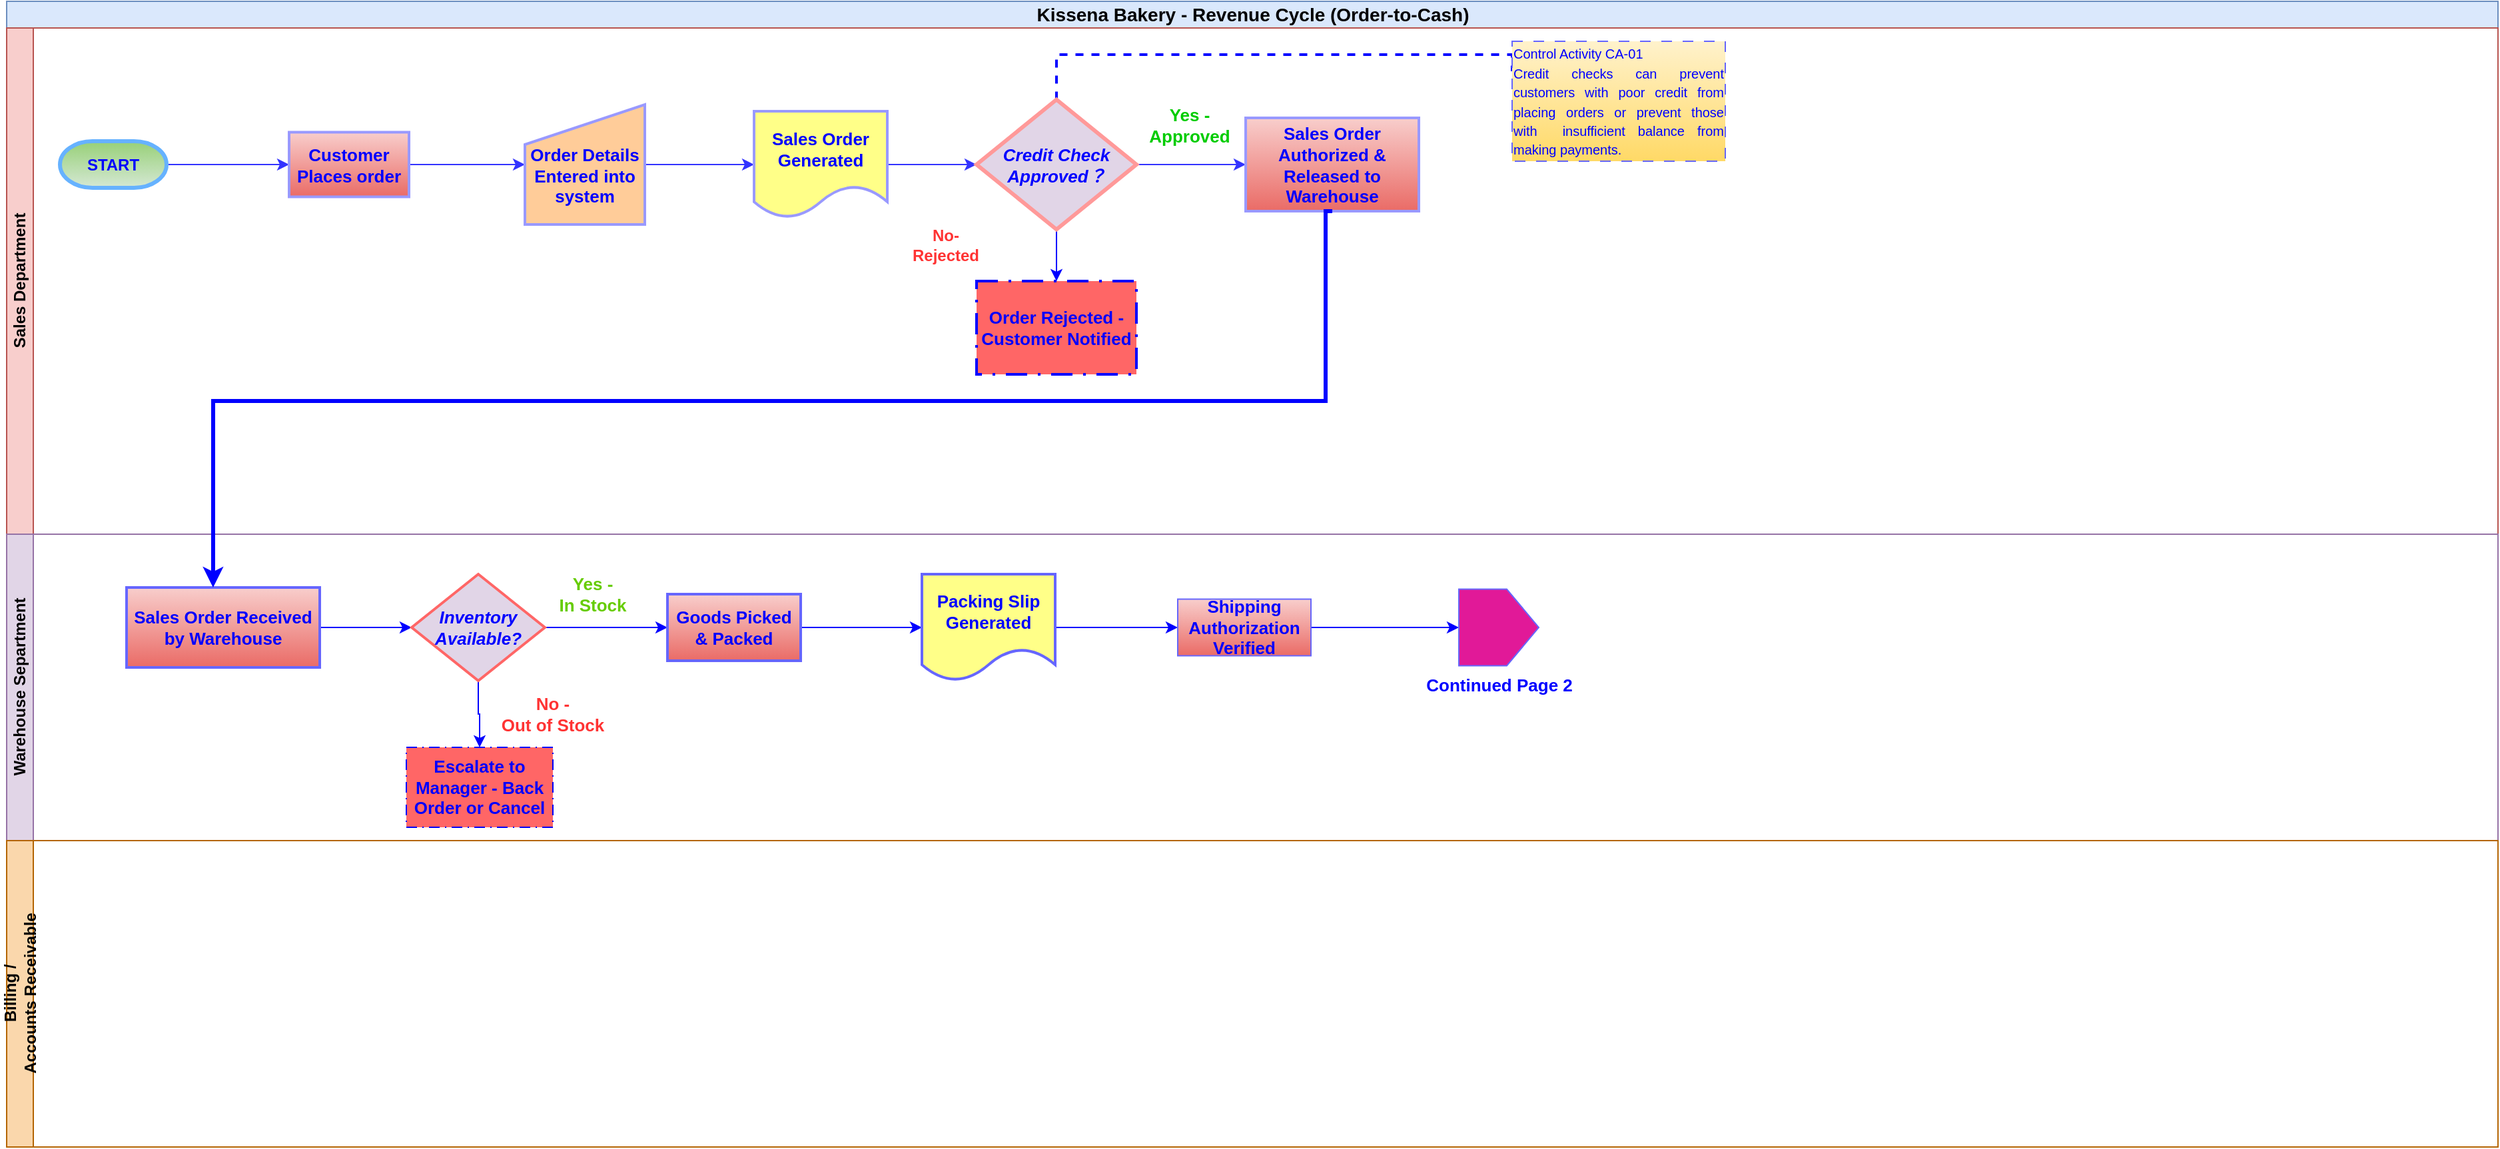
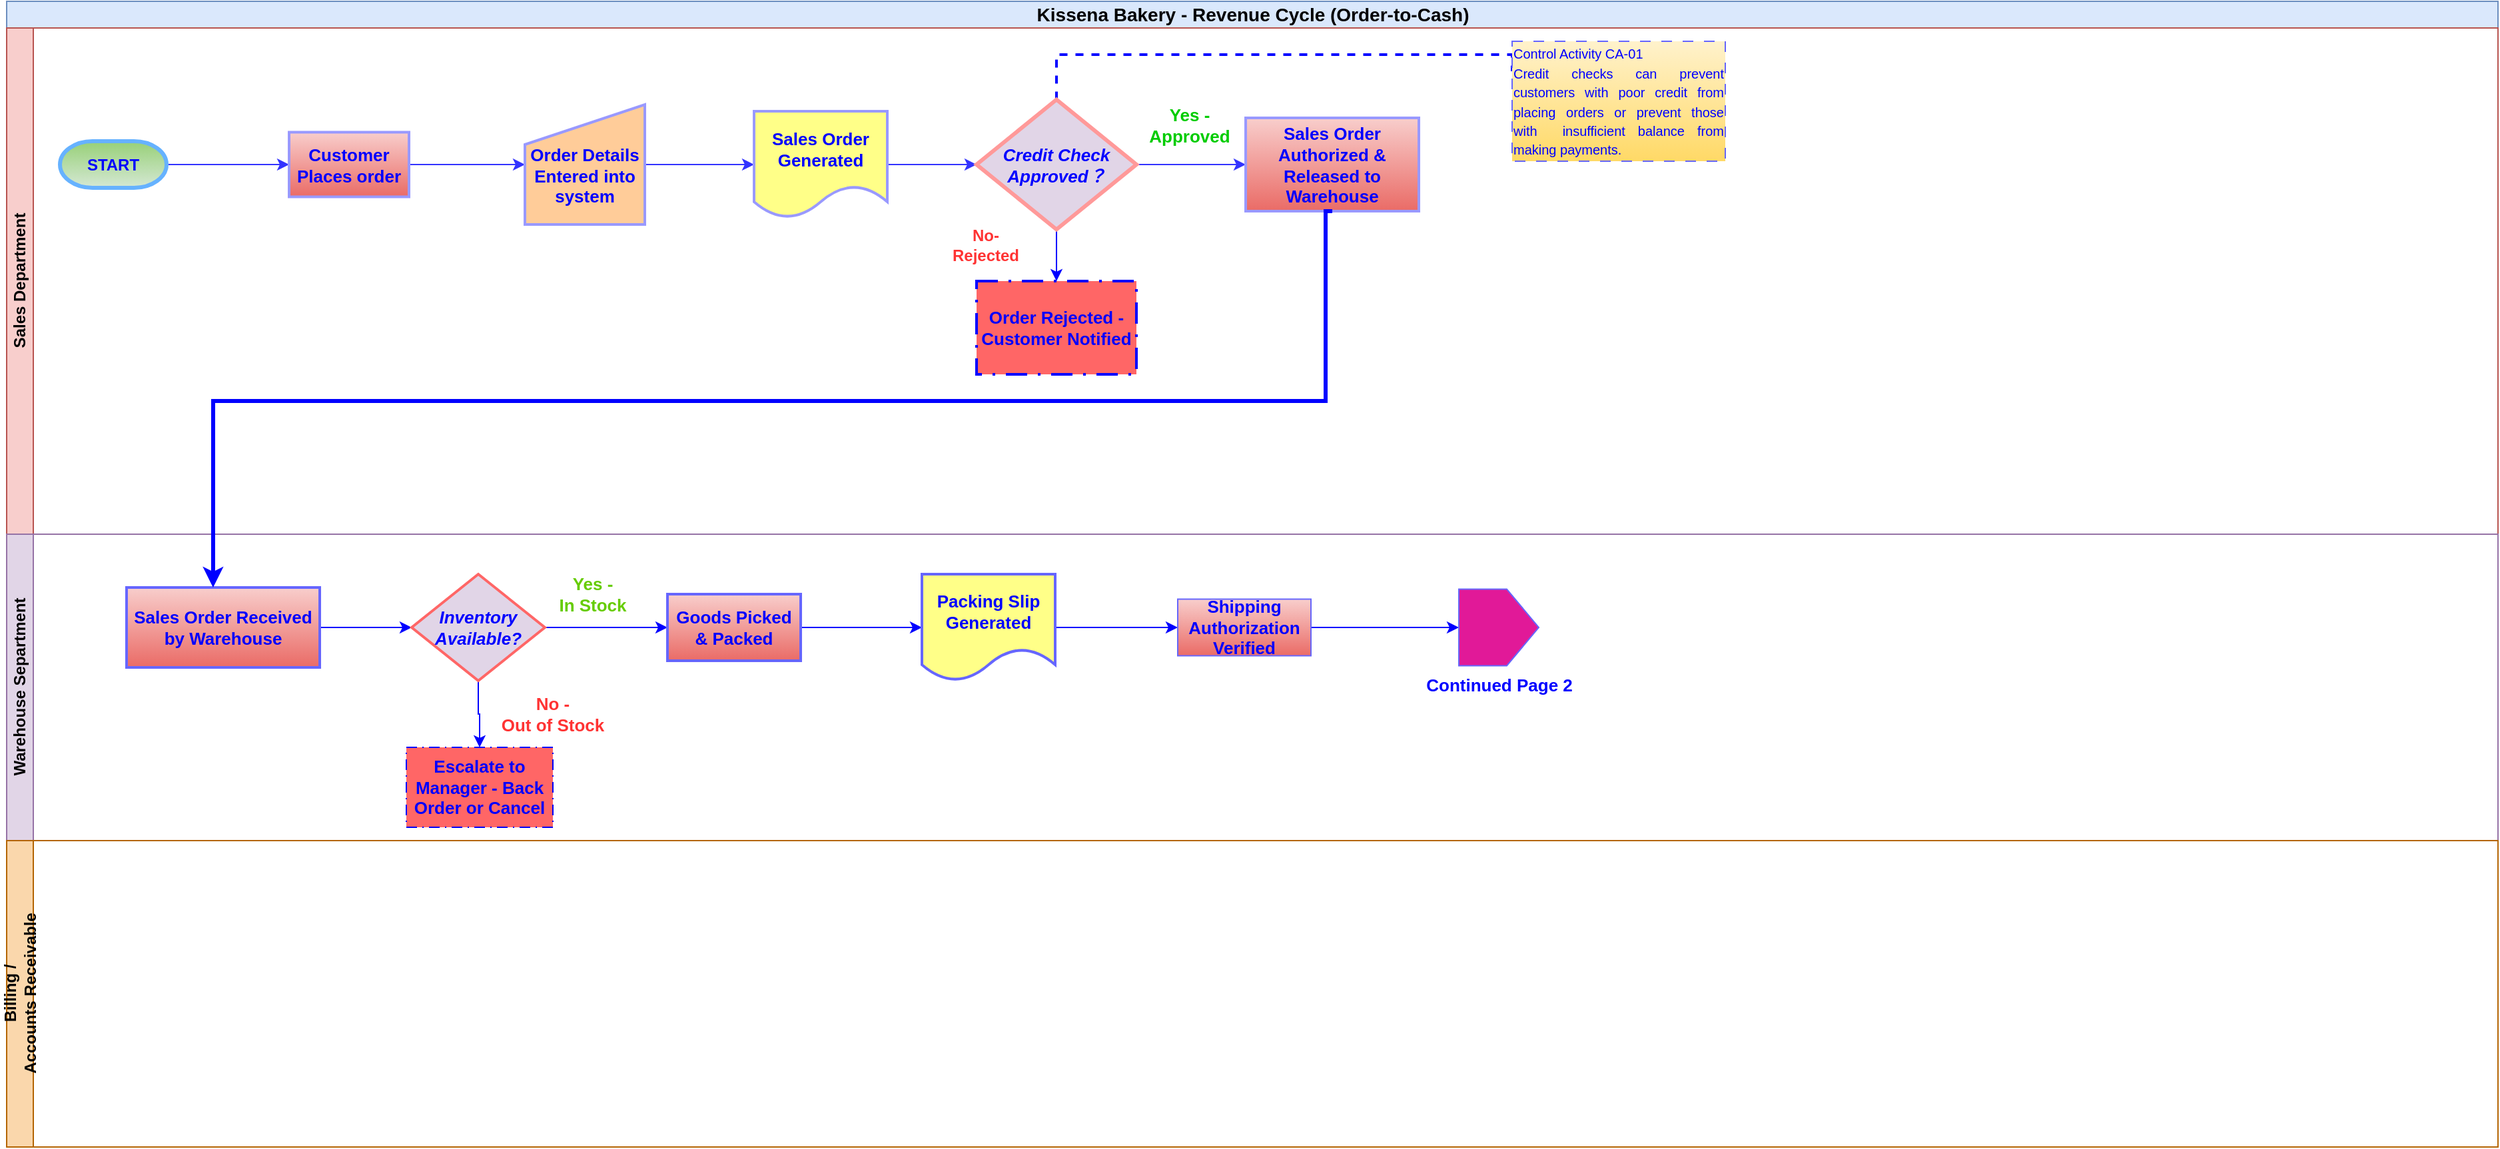
<mxfile host="app.diagrams.net" agent="Mozilla/5.0 (Windows NT 10.0; Win64; x64) AppleWebKit/537.36 (KHTML, like Gecko) Chrome/145.0.0.0 Safari/537.36" version="29.6.3" pages="2">
  <diagram name="Page-1" id="klMabU_GDppZGB9yFFRy">
    <mxGraphModel dx="1379" dy="863" grid="1" gridSize="10" guides="1" tooltips="1" connect="1" arrows="1" fold="1" page="1" pageScale="1" pageWidth="1100" pageHeight="850" math="0" shadow="0">
      <root>
        <mxCell id="0" />
        <mxCell id="1" parent="0" />
        <mxCell id="0vQu63eh7_hz7IOFjZfk-1" parent="1" style="swimlane;childLayout=stackLayout;resizeParent=1;resizeParentMax=0;horizontal=1;startSize=20;horizontalStack=0;html=1;fillColor=#dae8fc;strokeColor=#6c8ebf;" value="&lt;div style=&quot;text-align: start;&quot;&gt;&lt;font style=&quot;font-size: 14px;&quot;&gt;Kissena Bakery - Revenue Cycle (Order-to-Cash)&lt;/font&gt;&lt;/div&gt;" vertex="1">
          <mxGeometry height="20" width="1870" x="80" y="30" as="geometry" />
        </mxCell>
        <mxCell id="0vQu63eh7_hz7IOFjZfk-2" parent="1" style="swimlane;startSize=20;horizontal=0;html=1;fillColor=#f8cecc;strokeColor=#b85450;" value="Sales Department" vertex="1">
          <mxGeometry height="380" width="1870" x="80" y="50" as="geometry">
            <mxRectangle height="30" width="610" y="20" as="alternateBounds" />
          </mxGeometry>
        </mxCell>
        <mxCell id="0vQu63eh7_hz7IOFjZfk-43" edge="1" parent="0vQu63eh7_hz7IOFjZfk-2" source="0vQu63eh7_hz7IOFjZfk-10" style="edgeStyle=orthogonalEdgeStyle;rounded=0;orthogonalLoop=1;jettySize=auto;html=1;exitX=0;exitY=0.5;exitDx=0;exitDy=0;exitPerimeter=0;entryX=0;entryY=0.5;entryDx=0;entryDy=0;strokeColor=#3333FF;" target="0vQu63eh7_hz7IOFjZfk-15">
          <mxGeometry relative="1" as="geometry" />
        </mxCell>
        <mxCell id="0vQu63eh7_hz7IOFjZfk-10" parent="0vQu63eh7_hz7IOFjZfk-2" style="strokeWidth=3;html=1;shape=mxgraph.flowchart.terminator;whiteSpace=wrap;direction=west;fillColor=#d5e8d4;gradientColor=#97d077;strokeColor=#66B2FF;" value="&lt;b&gt;&lt;font style=&quot;color: rgb(0, 0, 255);&quot;&gt;START&lt;/font&gt;&lt;/b&gt;" vertex="1">
          <mxGeometry height="35" width="80" x="40" y="85" as="geometry" />
        </mxCell>
        <mxCell id="46-Umk2mzS9Czotzx1H9-2" edge="1" parent="0vQu63eh7_hz7IOFjZfk-2" source="0vQu63eh7_hz7IOFjZfk-15" style="edgeStyle=orthogonalEdgeStyle;rounded=0;orthogonalLoop=1;jettySize=auto;html=1;exitX=1;exitY=0.5;exitDx=0;exitDy=0;entryX=0;entryY=0.5;entryDx=0;entryDy=0;strokeColor=#3333FF;" target="0vQu63eh7_hz7IOFjZfk-20">
          <mxGeometry relative="1" as="geometry" />
        </mxCell>
        <mxCell id="0vQu63eh7_hz7IOFjZfk-15" parent="0vQu63eh7_hz7IOFjZfk-2" style="html=1;dashed=0;whiteSpace=wrap;strokeWidth=2;fillColor=#f8cecc;strokeColor=#9999FF;gradientColor=#ea6b66;" value="&lt;font style=&quot;font-size: 13px; color: rgb(0, 0, 255);&quot;&gt;&lt;b style=&quot;&quot;&gt;Customer Places order&lt;/b&gt;&lt;/font&gt;" vertex="1">
          <mxGeometry height="48.5" width="90" x="212" y="78.25" as="geometry" />
        </mxCell>
        <mxCell id="46-Umk2mzS9Czotzx1H9-3" edge="1" parent="0vQu63eh7_hz7IOFjZfk-2" source="0vQu63eh7_hz7IOFjZfk-20" style="edgeStyle=orthogonalEdgeStyle;rounded=0;orthogonalLoop=1;jettySize=auto;html=1;exitX=1;exitY=0.5;exitDx=0;exitDy=0;entryX=0;entryY=0.5;entryDx=0;entryDy=0;strokeColor=#3333FF;" target="0vQu63eh7_hz7IOFjZfk-30">
          <mxGeometry relative="1" as="geometry" />
        </mxCell>
        <mxCell id="0vQu63eh7_hz7IOFjZfk-20" parent="0vQu63eh7_hz7IOFjZfk-2" style="shape=manualInput;whiteSpace=wrap;html=1;align=center;fillColor=#ffcc99;strokeColor=#9999FF;strokeWidth=2;" value="&lt;div style=&quot;&quot;&gt;&lt;span style=&quot;background-color: transparent;&quot;&gt;&lt;b style=&quot;&quot;&gt;&lt;font style=&quot;font-size: 13px; color: rgb(0, 0, 255);&quot;&gt;&lt;br&gt;&lt;/font&gt;&lt;/b&gt;&lt;/span&gt;&lt;/div&gt;&lt;div style=&quot;&quot;&gt;&lt;span style=&quot;background-color: transparent;&quot;&gt;&lt;b style=&quot;&quot;&gt;&lt;font style=&quot;font-size: 13px; color: rgb(0, 0, 255);&quot;&gt;Order Details Entered into system&lt;/font&gt;&lt;/b&gt;&lt;/span&gt;&lt;/div&gt;" vertex="1">
          <mxGeometry height="90" width="90" x="389" y="57.5" as="geometry" />
        </mxCell>
        <mxCell id="0vQu63eh7_hz7IOFjZfk-35" edge="1" parent="0vQu63eh7_hz7IOFjZfk-2" style="edgeStyle=orthogonalEdgeStyle;rounded=0;orthogonalLoop=1;jettySize=auto;html=1;exitX=0;exitY=0.5;exitDx=0;exitDy=0;">
          <mxGeometry relative="1" as="geometry">
            <mxPoint x="410" y="105" as="sourcePoint" />
            <mxPoint x="410" y="105" as="targetPoint" />
          </mxGeometry>
        </mxCell>
        <mxCell id="46-Umk2mzS9Czotzx1H9-4" edge="1" parent="0vQu63eh7_hz7IOFjZfk-2" source="0vQu63eh7_hz7IOFjZfk-30" style="edgeStyle=orthogonalEdgeStyle;rounded=0;orthogonalLoop=1;jettySize=auto;html=1;exitX=1;exitY=0.5;exitDx=0;exitDy=0;entryX=0;entryY=0.5;entryDx=0;entryDy=0;strokeColor=#3333FF;" target="0vQu63eh7_hz7IOFjZfk-34">
          <mxGeometry relative="1" as="geometry" />
        </mxCell>
        <mxCell id="0vQu63eh7_hz7IOFjZfk-30" parent="0vQu63eh7_hz7IOFjZfk-2" style="shape=document;whiteSpace=wrap;html=1;boundedLbl=1;strokeWidth=2;fillColor=#ffff88;strokeColor=#9999FF;" value="&lt;font style=&quot;font-size: 13px; color: rgb(0, 0, 255);&quot;&gt;&lt;b&gt;Sales Order Generated&lt;/b&gt;&lt;/font&gt;" vertex="1">
          <mxGeometry height="80" width="100" x="561" y="62.5" as="geometry" />
        </mxCell>
        <mxCell id="pGH0SQg9JUakCyH8bkGQ-28" edge="1" parent="0vQu63eh7_hz7IOFjZfk-2" source="0vQu63eh7_hz7IOFjZfk-34" style="edgeStyle=orthogonalEdgeStyle;rounded=0;orthogonalLoop=1;jettySize=auto;html=1;exitX=0.5;exitY=0;exitDx=0;exitDy=0;entryX=0;entryY=0.25;entryDx=0;entryDy=0;endArrow=none;endFill=0;dashed=1;strokeWidth=2;strokeColor=#0000FF;" target="pGH0SQg9JUakCyH8bkGQ-23">
          <mxGeometry relative="1" as="geometry">
            <Array as="points">
              <mxPoint x="788" y="20" />
              <mxPoint x="1130" y="20" />
            </Array>
          </mxGeometry>
        </mxCell>
        <mxCell id="DywWvH4VDf4e1SjyT3sU-2" edge="1" parent="0vQu63eh7_hz7IOFjZfk-2" source="0vQu63eh7_hz7IOFjZfk-34" style="edgeStyle=orthogonalEdgeStyle;rounded=0;orthogonalLoop=1;jettySize=auto;html=1;exitX=0.5;exitY=1;exitDx=0;exitDy=0;entryX=0.5;entryY=0;entryDx=0;entryDy=0;strokeColor=#0000FF;" target="0vQu63eh7_hz7IOFjZfk-65">
          <mxGeometry relative="1" as="geometry" />
        </mxCell>
        <mxCell id="46-Umk2mzS9Czotzx1H9-5" edge="1" parent="0vQu63eh7_hz7IOFjZfk-2" source="0vQu63eh7_hz7IOFjZfk-34" style="edgeStyle=orthogonalEdgeStyle;rounded=0;orthogonalLoop=1;jettySize=auto;html=1;exitX=1;exitY=0.5;exitDx=0;exitDy=0;entryX=0;entryY=0.5;entryDx=0;entryDy=0;strokeColor=#3333FF;" target="0vQu63eh7_hz7IOFjZfk-67">
          <mxGeometry relative="1" as="geometry" />
        </mxCell>
        <mxCell id="0vQu63eh7_hz7IOFjZfk-34" parent="0vQu63eh7_hz7IOFjZfk-2" style="rhombus;whiteSpace=wrap;html=1;fillColor=#e1d5e7;strokeColor=#FF9999;strokeWidth=3;" value="&lt;font style=&quot;font-size: 13px; color: rgb(0, 0, 255);&quot;&gt;&lt;b&gt;&lt;i&gt;Credit Check Approved？&lt;/i&gt;&lt;/b&gt;&lt;/font&gt;" vertex="1">
          <mxGeometry height="97.5" width="120" x="728" y="53.75" as="geometry" />
        </mxCell>
        <mxCell id="0vQu63eh7_hz7IOFjZfk-60" parent="0vQu63eh7_hz7IOFjZfk-2" style="text;html=1;whiteSpace=wrap;strokeColor=none;fillColor=none;align=center;verticalAlign=middle;rounded=0;fontColor=#00CC00;" value="&lt;font style=&quot;font-size: 13px;&quot;&gt;&lt;b style=&quot;&quot;&gt;Yes - Approved&lt;/b&gt;&lt;/font&gt;" vertex="1">
          <mxGeometry height="30" width="80" x="848" y="57.5" as="geometry" />
        </mxCell>
        <mxCell id="0vQu63eh7_hz7IOFjZfk-65" parent="0vQu63eh7_hz7IOFjZfk-2" style="html=1;dashed=1;whiteSpace=wrap;strokeWidth=2;fillColor=light-dark(#FF6666,#FF3333);strokeColor=#0000FF;fontColor=#ffffff;fontStyle=1;dashPattern=8 4 1 4;" value="&lt;font style=&quot;font-size: 13px; color: rgb(0, 0, 255);&quot;&gt;Order Rejected - Customer Notified&lt;/font&gt;" vertex="1">
          <mxGeometry height="70" width="120" x="728" y="190" as="geometry" />
        </mxCell>
        <mxCell id="0vQu63eh7_hz7IOFjZfk-67" parent="0vQu63eh7_hz7IOFjZfk-2" style="html=1;dashed=0;whiteSpace=wrap;fillColor=#f8cecc;gradientColor=#ea6b66;strokeColor=#9999FF;strokeWidth=2;" value="&lt;font style=&quot;font-size: 13px; color: rgb(0, 0, 255);&quot;&gt;&lt;b&gt;Sales Order Authorized &amp;amp; Released to Warehouse&lt;/b&gt;&lt;/font&gt;" vertex="1">
          <mxGeometry height="70" width="130" x="930" y="67.5" as="geometry" />
        </mxCell>
        <mxCell id="pGH0SQg9JUakCyH8bkGQ-23" parent="0vQu63eh7_hz7IOFjZfk-2" style="html=1;dashed=1;whiteSpace=wrap;dashPattern=8 8;fillColor=#fff2cc;gradientColor=#ffd966;strokeColor=light-dark(#6666FF,#6D5100);strokeWidth=1;" value="&lt;div style=&quot;text-align: justify;&quot;&gt;&lt;span style=&quot;font-size: 10px; background-color: transparent;&quot;&gt;&lt;font style=&quot;color: rgb(0, 0, 255);&quot;&gt;Control Activity&amp;nbsp;CA-01&lt;/font&gt;&lt;/span&gt;&lt;/div&gt;&lt;font style=&quot;color: rgb(0, 0, 255);&quot;&gt;&lt;div style=&quot;text-align: justify;&quot;&gt;&lt;span style=&quot;font-size: 10px; background-color: transparent;&quot;&gt;Credit checks can prevent customers with poor credit from placing orders or prevent those with&amp;nbsp; insufficient balance from making payments.&lt;/span&gt;&lt;/div&gt;&lt;/font&gt;" vertex="1">
          <mxGeometry height="90" width="160" x="1130" y="10" as="geometry" />
        </mxCell>
        <mxCell id="DywWvH4VDf4e1SjyT3sU-3" parent="0vQu63eh7_hz7IOFjZfk-2" style="text;html=1;whiteSpace=wrap;strokeColor=none;fillColor=none;align=center;verticalAlign=middle;rounded=0;fontSize=12;fontStyle=1;fontColor=#FF3333;" value="&lt;span&gt;&lt;font style=&quot;&quot;&gt;No-Rejected&lt;/font&gt;&lt;/span&gt;" vertex="1">
-           <mxGeometry height="30" width="70" x="670" y="147.5" as="geometry" />
+           <mxGeometry height="30" width="70" x="700" y="147.5" as="geometry" />
        </mxCell>
        <mxCell id="0vQu63eh7_hz7IOFjZfk-3" parent="1" style="swimlane;startSize=20;horizontal=0;html=1;fillColor=#e1d5e7;strokeColor=#9673a6;" value="Warehouse Separtment" vertex="1">
          <mxGeometry height="230" width="1870" x="80" y="430" as="geometry" />
        </mxCell>
        <mxCell id="pGH0SQg9JUakCyH8bkGQ-32" edge="1" parent="0vQu63eh7_hz7IOFjZfk-3" source="0vQu63eh7_hz7IOFjZfk-73" style="edgeStyle=orthogonalEdgeStyle;rounded=0;orthogonalLoop=1;jettySize=auto;html=1;exitX=1;exitY=0.5;exitDx=0;exitDy=0;entryX=0;entryY=0.5;entryDx=0;entryDy=0;strokeColor=#0000FF;" target="0vQu63eh7_hz7IOFjZfk-92">
          <mxGeometry relative="1" as="geometry" />
        </mxCell>
        <mxCell id="0vQu63eh7_hz7IOFjZfk-73" parent="0vQu63eh7_hz7IOFjZfk-3" style="html=1;dashed=0;whiteSpace=wrap;fillColor=#f8cecc;gradientColor=#ea6b66;strokeColor=#6666FF;strokeWidth=2;" value="&lt;font style=&quot;font-size: 13px; color: rgb(0, 0, 255);&quot;&gt;&lt;b&gt;Sales Order Received by Warehouse&lt;/b&gt;&lt;/font&gt;" vertex="1">
          <mxGeometry height="60" width="145" x="90" y="40" as="geometry" />
        </mxCell>
        <mxCell id="pGH0SQg9JUakCyH8bkGQ-31" edge="1" parent="0vQu63eh7_hz7IOFjZfk-3" source="0vQu63eh7_hz7IOFjZfk-92" style="edgeStyle=orthogonalEdgeStyle;rounded=0;orthogonalLoop=1;jettySize=auto;html=1;exitX=1;exitY=0.5;exitDx=0;exitDy=0;entryX=0;entryY=0.5;entryDx=0;entryDy=0;strokeColor=#0000FF;" target="0vQu63eh7_hz7IOFjZfk-106">
          <mxGeometry relative="1" as="geometry" />
        </mxCell>
        <mxCell id="pGH0SQg9JUakCyH8bkGQ-34" edge="1" parent="0vQu63eh7_hz7IOFjZfk-3" source="0vQu63eh7_hz7IOFjZfk-92" style="edgeStyle=orthogonalEdgeStyle;rounded=0;orthogonalLoop=1;jettySize=auto;html=1;exitX=0.5;exitY=1;exitDx=0;exitDy=0;entryX=0.5;entryY=0;entryDx=0;entryDy=0;strokeColor=#0000FF;" target="0vQu63eh7_hz7IOFjZfk-96">
          <mxGeometry relative="1" as="geometry" />
        </mxCell>
        <mxCell id="0vQu63eh7_hz7IOFjZfk-92" parent="0vQu63eh7_hz7IOFjZfk-3" style="rhombus;whiteSpace=wrap;html=1;fillColor=#e1d5e7;strokeColor=light-dark(#FF6666,#FF3333);strokeWidth=2;" value="&lt;font style=&quot;font-size: 13px; color: rgb(0, 0, 255);&quot;&gt;&lt;b&gt;&lt;i&gt;Inventory Available?&lt;/i&gt;&lt;/b&gt;&lt;/font&gt;" vertex="1">
          <mxGeometry height="80" width="100" x="304" y="30" as="geometry" />
        </mxCell>
        <mxCell id="0vQu63eh7_hz7IOFjZfk-96" parent="0vQu63eh7_hz7IOFjZfk-3" style="html=1;dashed=1;whiteSpace=wrap;fillColor=#FF6666;strokeColor=#0000FF;fontColor=#ffffff;dashPattern=8 4 1 4;" value="&lt;b&gt;&lt;font style=&quot;font-size: 13px; color: rgb(0, 0, 255);&quot;&gt;Escalate to Manager - Back Order or Cancel&lt;/font&gt;&lt;/b&gt;" vertex="1">
          <mxGeometry height="60" width="110" x="300" y="160" as="geometry" />
        </mxCell>
        <mxCell id="46-Umk2mzS9Czotzx1H9-6" edge="1" parent="0vQu63eh7_hz7IOFjZfk-3" source="0vQu63eh7_hz7IOFjZfk-106" style="edgeStyle=orthogonalEdgeStyle;rounded=0;orthogonalLoop=1;jettySize=auto;html=1;exitX=1;exitY=0.5;exitDx=0;exitDy=0;entryX=0;entryY=0.5;entryDx=0;entryDy=0;strokeColor=#0000FF;" target="0vQu63eh7_hz7IOFjZfk-110">
          <mxGeometry relative="1" as="geometry" />
        </mxCell>
        <mxCell id="0vQu63eh7_hz7IOFjZfk-106" parent="0vQu63eh7_hz7IOFjZfk-3" style="html=1;dashed=0;whiteSpace=wrap;strokeWidth=2;fillColor=#f8cecc;gradientColor=#ea6b66;strokeColor=#6666FF;" value="&lt;font style=&quot;font-size: 13px; color: rgb(0, 0, 255);&quot;&gt;&lt;b&gt;Goods Picked &amp;amp; Packed&lt;/b&gt;&lt;/font&gt;" vertex="1">
          <mxGeometry height="50" width="100" x="496" y="45" as="geometry" />
        </mxCell>
        <mxCell id="46-Umk2mzS9Czotzx1H9-8" edge="1" parent="0vQu63eh7_hz7IOFjZfk-3" source="0vQu63eh7_hz7IOFjZfk-110" style="edgeStyle=orthogonalEdgeStyle;rounded=0;orthogonalLoop=1;jettySize=auto;html=1;exitX=1;exitY=0.5;exitDx=0;exitDy=0;entryX=0;entryY=0.5;entryDx=0;entryDy=0;strokeColor=#0000FF;" target="0vQu63eh7_hz7IOFjZfk-112">
          <mxGeometry relative="1" as="geometry" />
        </mxCell>
        <mxCell id="0vQu63eh7_hz7IOFjZfk-110" parent="0vQu63eh7_hz7IOFjZfk-3" style="shape=document;whiteSpace=wrap;html=1;boundedLbl=1;strokeWidth=2;fillColor=#ffff88;strokeColor=#6666FF;" value="&lt;font style=&quot;font-size: 13px; color: rgb(0, 0, 255);&quot;&gt;&lt;b&gt;Packing Slip Generated&lt;/b&gt;&lt;/font&gt;" vertex="1">
          <mxGeometry height="80" width="100" x="687" y="30" as="geometry" />
        </mxCell>
        <mxCell id="46-Umk2mzS9Czotzx1H9-9" edge="1" parent="0vQu63eh7_hz7IOFjZfk-3" source="0vQu63eh7_hz7IOFjZfk-112" style="edgeStyle=orthogonalEdgeStyle;rounded=0;orthogonalLoop=1;jettySize=auto;html=1;exitX=1;exitY=0.5;exitDx=0;exitDy=0;entryX=0.5;entryY=0;entryDx=0;entryDy=0;strokeColor=#0000FF;" target="0vQu63eh7_hz7IOFjZfk-126">
          <mxGeometry relative="1" as="geometry" />
        </mxCell>
        <mxCell id="0vQu63eh7_hz7IOFjZfk-112" parent="0vQu63eh7_hz7IOFjZfk-3" style="html=1;dashed=0;whiteSpace=wrap;strokeColor=#6666FF;fillColor=#f8cecc;gradientColor=#ea6b66;fontStyle=1" value="&lt;font style=&quot;font-size: 13px; color: rgb(0, 0, 255);&quot;&gt;Shipping Authorization Verified&lt;/font&gt;" vertex="1">
          <mxGeometry height="42.5" width="100" x="879" y="48.75" as="geometry" />
        </mxCell>
        <mxCell id="0vQu63eh7_hz7IOFjZfk-98" parent="0vQu63eh7_hz7IOFjZfk-3" style="text;html=1;whiteSpace=wrap;strokeColor=none;fillColor=none;align=center;verticalAlign=middle;rounded=0;fontColor=#FF3333;" value="&lt;font style=&quot;font-size: 13px;&quot;&gt;&lt;b&gt;No - &lt;br&gt;Out of Stock&lt;/b&gt;&lt;/font&gt;" vertex="1">
          <mxGeometry height="30" width="80" x="370" y="120" as="geometry" />
        </mxCell>
        <mxCell id="0vQu63eh7_hz7IOFjZfk-126" parent="0vQu63eh7_hz7IOFjZfk-3" style="verticalLabelPosition=bottom;verticalAlign=top;html=1;shape=offPageConnector;rounded=0;size=0.4;fillColor=light-dark(#e11998, #ededed);direction=north;strokeColor=#6666FF;" value="&lt;font style=&quot;font-size: 13px; color: rgb(0, 0, 255);&quot;&gt;&lt;b&gt;Continued Page 2&lt;/b&gt;&lt;/font&gt;" vertex="1">
          <mxGeometry height="57.5" width="60" x="1090" y="41.25" as="geometry" />
        </mxCell>
        <mxCell id="0vQu63eh7_hz7IOFjZfk-86" edge="1" parent="1" source="0vQu63eh7_hz7IOFjZfk-67" style="edgeStyle=orthogonalEdgeStyle;rounded=0;orthogonalLoop=1;jettySize=auto;html=1;exitX=0.5;exitY=1;exitDx=0;exitDy=0;entryX=0.448;entryY=0;entryDx=0;entryDy=0;entryPerimeter=0;fontColor=#0000CC;strokeColor=#0000FF;strokeWidth=3;" target="0vQu63eh7_hz7IOFjZfk-73">
          <mxGeometry relative="1" as="geometry">
            <Array as="points">
              <mxPoint x="1070" y="187" />
              <mxPoint x="1070" y="330" />
              <mxPoint x="235" y="330" />
            </Array>
          </mxGeometry>
        </mxCell>
        <mxCell id="0vQu63eh7_hz7IOFjZfk-4" parent="1" style="swimlane;startSize=20;horizontal=0;html=1;fillColor=#fad7ac;strokeColor=#b46504;" value="Billing /&lt;br&gt;Accounts Receivable" vertex="1">
          <mxGeometry height="230" width="1870" x="80" y="660" as="geometry">
            <mxRectangle height="30" width="500" y="310" as="alternateBounds" />
          </mxGeometry>
        </mxCell>
        <mxCell id="46-Umk2mzS9Czotzx1H9-12" parent="1" style="text;html=1;whiteSpace=wrap;strokeColor=none;fillColor=none;align=center;verticalAlign=middle;rounded=0;" value="&lt;b style=&quot;color: rgb(102, 204, 0);&quot;&gt;&lt;font style=&quot;font-size: 13px;&quot;&gt;Yes -&lt;br&gt;In Stock&lt;/font&gt;&lt;/b&gt;" vertex="1">
          <mxGeometry height="30" width="80" x="480" y="460" as="geometry" />
        </mxCell>
      </root>
    </mxGraphModel>
  </diagram>
  <diagram id="ZDdy4ylPSpOC2Ge6VpiW" name="Page-2">
    <mxGraphModel dx="1103" dy="690" grid="1" gridSize="10" guides="1" tooltips="1" connect="1" arrows="1" fold="1" page="1" pageScale="1" pageWidth="1100" pageHeight="850" math="0" shadow="0">
      <root>
        <mxCell id="0" />
        <mxCell id="1" parent="0" />
        <mxCell id="_GW_QHAqRueJzuYdTQVs-1" parent="1" style="swimlane;startSize=20;horizontal=0;html=1;fillColor=#e1d5e7;strokeColor=#9673a6;" value="Warehouse Separtment" vertex="1">
          <mxGeometry height="270" width="1330" x="110" y="150" as="geometry" />
        </mxCell>
        <mxCell id="NPzT6j0T7aDQ1cg_r_by-1" edge="1" parent="_GW_QHAqRueJzuYdTQVs-1" source="_GW_QHAqRueJzuYdTQVs-14" style="edgeStyle=orthogonalEdgeStyle;rounded=0;orthogonalLoop=1;jettySize=auto;html=1;exitX=0.5;exitY=1;exitDx=0;exitDy=0;entryX=0;entryY=0.5;entryDx=0;entryDy=0;strokeColor=#0000FF;" target="JTW380UVqBL9k5zzlviH-1">
          <mxGeometry relative="1" as="geometry" />
        </mxCell>
        <mxCell id="_GW_QHAqRueJzuYdTQVs-14" parent="_GW_QHAqRueJzuYdTQVs-1" style="verticalLabelPosition=bottom;verticalAlign=top;html=1;shape=offPageConnector;rounded=0;size=0.36363636363636365;fillColor=light-dark(#e11998, #ededed);direction=north;strokeColor=#6666FF;" value="&lt;font style=&quot;font-size: 13px; color: rgb(0, 0, 255);&quot;&gt;&lt;b&gt;Continued Page 2&lt;/b&gt;&lt;/font&gt;" vertex="1">
          <mxGeometry height="60" width="70" x="70" y="70" as="geometry" />
        </mxCell>
        <mxCell id="JTW380UVqBL9k5zzlviH-1" parent="_GW_QHAqRueJzuYdTQVs-1" style="html=1;dashed=0;whiteSpace=wrap;fillColor=#f8cecc;gradientColor=#ea6b66;strokeColor=#6666FF;" value="&lt;font style=&quot;font-size: 13px; color: rgb(0, 0, 255);&quot;&gt;&lt;b&gt;Goods Dispatched to Customer&lt;/b&gt;&lt;/font&gt;" vertex="1">
          <mxGeometry height="50" width="100" x="220" y="75" as="geometry" />
        </mxCell>
        <mxCell id="VSqCA1LAcqbEIX1a-AIG-1" parent="1" style="swimlane;startSize=20;horizontal=0;html=1;whiteSpace=wrap;fillColor=#ffcc99;strokeColor=#36393d;" value="&lt;span style=&quot;text-wrap-mode: nowrap;&quot;&gt;Billing /&lt;/span&gt;&lt;br style=&quot;text-wrap-mode: nowrap;&quot;&gt;&lt;span style=&quot;text-wrap-mode: nowrap;&quot;&gt;Accounts Receivable&lt;/span&gt;" vertex="1">
          <mxGeometry height="170" width="1330" x="110" y="420" as="geometry" />
        </mxCell>
        <mxCell id="2IOCe_ZcG10jMQKezpJ2-1" parent="VSqCA1LAcqbEIX1a-AIG-1" style="html=1;dashed=0;whiteSpace=wrap;strokeWidth=2;fillColor=#f8cecc;gradientColor=#ea6b66;strokeColor=#6666FF;" value="&lt;b&gt;&lt;font style=&quot;font-size: 13px; color: rgb(0, 0, 255);&quot;&gt;Dispatch Confirmation Received&lt;/font&gt;&lt;/b&gt;" vertex="1">
          <mxGeometry height="50" width="100" x="50" y="50" as="geometry" />
        </mxCell>
        <mxCell id="2IOCe_ZcG10jMQKezpJ2-2" parent="VSqCA1LAcqbEIX1a-AIG-1" style="shape=document;whiteSpace=wrap;html=1;boundedLbl=1;fillColor=#ffff88;strokeColor=#6666FF;strokeWidth=2;" value="&lt;font style=&quot;font-size: 13px; color: rgb(0, 0, 255);&quot;&gt;&lt;b&gt;Invoice Generated &amp;amp; Sent to Customer&lt;/b&gt;&lt;/font&gt;" vertex="1">
          <mxGeometry height="80" width="120" x="220" y="40" as="geometry" />
        </mxCell>
        <mxCell id="dAGMuh-EUK1Y8pTE6-PC-1" edge="1" parent="VSqCA1LAcqbEIX1a-AIG-1" source="2IOCe_ZcG10jMQKezpJ2-1" style="edgeStyle=orthogonalEdgeStyle;rounded=0;orthogonalLoop=1;jettySize=auto;html=1;exitX=1;exitY=0.5;exitDx=0;exitDy=0;entryX=0.083;entryY=0.438;entryDx=0;entryDy=0;entryPerimeter=0;strokeColor=#0000FF;" target="2IOCe_ZcG10jMQKezpJ2-2">
          <mxGeometry relative="1" as="geometry" />
        </mxCell>
        <mxCell id="NPzT6j0T7aDQ1cg_r_by-2" edge="1" parent="VSqCA1LAcqbEIX1a-AIG-1" source="dAGMuh-EUK1Y8pTE6-PC-2" style="edgeStyle=orthogonalEdgeStyle;rounded=0;orthogonalLoop=1;jettySize=auto;html=1;exitX=1;exitY=0.5;exitDx=0;exitDy=0;entryX=0;entryY=0.5;entryDx=0;entryDy=0;strokeColor=#0000FF;" target="dAGMuh-EUK1Y8pTE6-PC-4">
          <mxGeometry relative="1" as="geometry" />
        </mxCell>
        <mxCell id="dAGMuh-EUK1Y8pTE6-PC-2" parent="VSqCA1LAcqbEIX1a-AIG-1" style="html=1;dashed=0;whiteSpace=wrap;strokeWidth=2;fillColor=#f8cecc;gradientColor=#ea6b66;strokeColor=#6666FF;" value="&lt;b&gt;&lt;font style=&quot;font-size: 13px; color: rgb(0, 0, 255);&quot;&gt;Payment Received from Customer&lt;/font&gt;&lt;/b&gt;" vertex="1">
          <mxGeometry height="50" width="110" x="420" y="50" as="geometry" />
        </mxCell>
        <mxCell id="dAGMuh-EUK1Y8pTE6-PC-3" edge="1" parent="VSqCA1LAcqbEIX1a-AIG-1" source="2IOCe_ZcG10jMQKezpJ2-2" style="edgeStyle=orthogonalEdgeStyle;rounded=0;orthogonalLoop=1;jettySize=auto;html=1;exitX=1;exitY=0.5;exitDx=0;exitDy=0;entryX=0.1;entryY=0.6;entryDx=0;entryDy=0;entryPerimeter=0;strokeColor=#0000FF;" target="dAGMuh-EUK1Y8pTE6-PC-2">
          <mxGeometry relative="1" as="geometry" />
        </mxCell>
        <mxCell id="NPzT6j0T7aDQ1cg_r_by-4" edge="1" parent="VSqCA1LAcqbEIX1a-AIG-1" source="dAGMuh-EUK1Y8pTE6-PC-4" style="edgeStyle=orthogonalEdgeStyle;rounded=0;orthogonalLoop=1;jettySize=auto;html=1;exitX=1;exitY=0.5;exitDx=0;exitDy=0;entryX=0;entryY=0.5;entryDx=0;entryDy=0;strokeColor=#0000FF;" target="dAGMuh-EUK1Y8pTE6-PC-6">
          <mxGeometry relative="1" as="geometry" />
        </mxCell>
        <mxCell id="dAGMuh-EUK1Y8pTE6-PC-4" parent="VSqCA1LAcqbEIX1a-AIG-1" style="shape=document;whiteSpace=wrap;html=1;boundedLbl=1;fillColor=#ffff88;strokeColor=#6666FF;strokeWidth=2;" value="&lt;font style=&quot;font-size: 13px; color: rgb(0, 0, 255);&quot;&gt;&lt;b&gt;Remittance Advice Recorded&lt;/b&gt;&lt;/font&gt;" vertex="1">
          <mxGeometry height="75" width="110" x="610" y="37.5" as="geometry" />
        </mxCell>
        <mxCell id="dAGMuh-EUK1Y8pTE6-PC-6" parent="VSqCA1LAcqbEIX1a-AIG-1" style="html=1;dashed=0;whiteSpace=wrap;strokeWidth=2;fillColor=#f8cecc;gradientColor=#ea6b66;strokeColor=#6666FF;" value="&lt;b&gt;&lt;font style=&quot;font-size: 13px; color: rgb(0, 0, 255);&quot;&gt;Cash Posted to Accounts Receivable&lt;/font&gt;&lt;/b&gt;" vertex="1">
          <mxGeometry height="50" width="110" x="800" y="50" as="geometry" />
        </mxCell>
        <mxCell id="dAGMuh-EUK1Y8pTE6-PC-8" parent="VSqCA1LAcqbEIX1a-AIG-1" style="strokeWidth=2;html=1;shape=mxgraph.flowchart.terminator;whiteSpace=wrap;fillColor=#d5e8d4;gradientColor=#97d077;strokeColor=#66B2FF;" value="&lt;font style=&quot;font-size: 13px; color: rgb(0, 0, 255);&quot;&gt;&lt;b&gt;END&lt;/b&gt;&lt;/font&gt;" vertex="1">
          <mxGeometry height="45" width="90" x="980" y="50" as="geometry" />
        </mxCell>
        <mxCell id="dAGMuh-EUK1Y8pTE6-PC-9" edge="1" parent="VSqCA1LAcqbEIX1a-AIG-1" source="dAGMuh-EUK1Y8pTE6-PC-6" style="edgeStyle=orthogonalEdgeStyle;rounded=0;orthogonalLoop=1;jettySize=auto;html=1;exitX=1;exitY=0.5;exitDx=0;exitDy=0;entryX=0.111;entryY=0.556;entryDx=0;entryDy=0;entryPerimeter=0;strokeColor=#0000FF;" target="dAGMuh-EUK1Y8pTE6-PC-8">
          <mxGeometry relative="1" as="geometry" />
        </mxCell>
        <mxCell id="dAGMuh-EUK1Y8pTE6-PC-10" edge="1" parent="1" source="JTW380UVqBL9k5zzlviH-1" style="edgeStyle=orthogonalEdgeStyle;rounded=0;orthogonalLoop=1;jettySize=auto;html=1;exitX=0.5;exitY=1;exitDx=0;exitDy=0;entryX=0.5;entryY=0;entryDx=0;entryDy=0;strokeColor=#0000FF;strokeWidth=3;" target="2IOCe_ZcG10jMQKezpJ2-1">
          <mxGeometry relative="1" as="geometry" />
        </mxCell>
      </root>
    </mxGraphModel>
  </diagram>
</mxfile>
